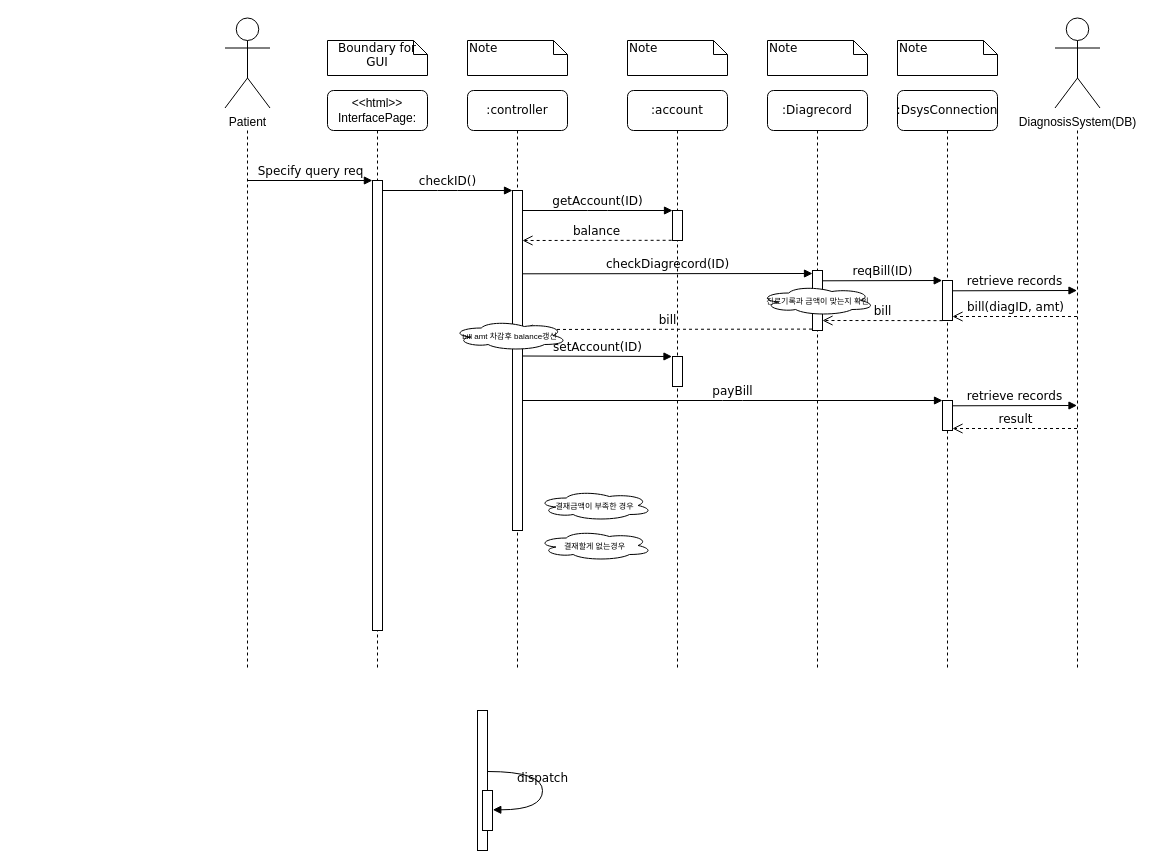
Above: patient/UC5_sequence_diag.drawio in yhb1834/Smart-Health-Prediction-System (draw.io), before the change. Source tidied: cells renumbered, new cells numbered last; positions are measured from the earlier drawing's top-left corner, leaving out a move shared by most shapes. Both pictures are drawn from the tidied source at 100%, with x=0, y=0 at pixel (197, 18).
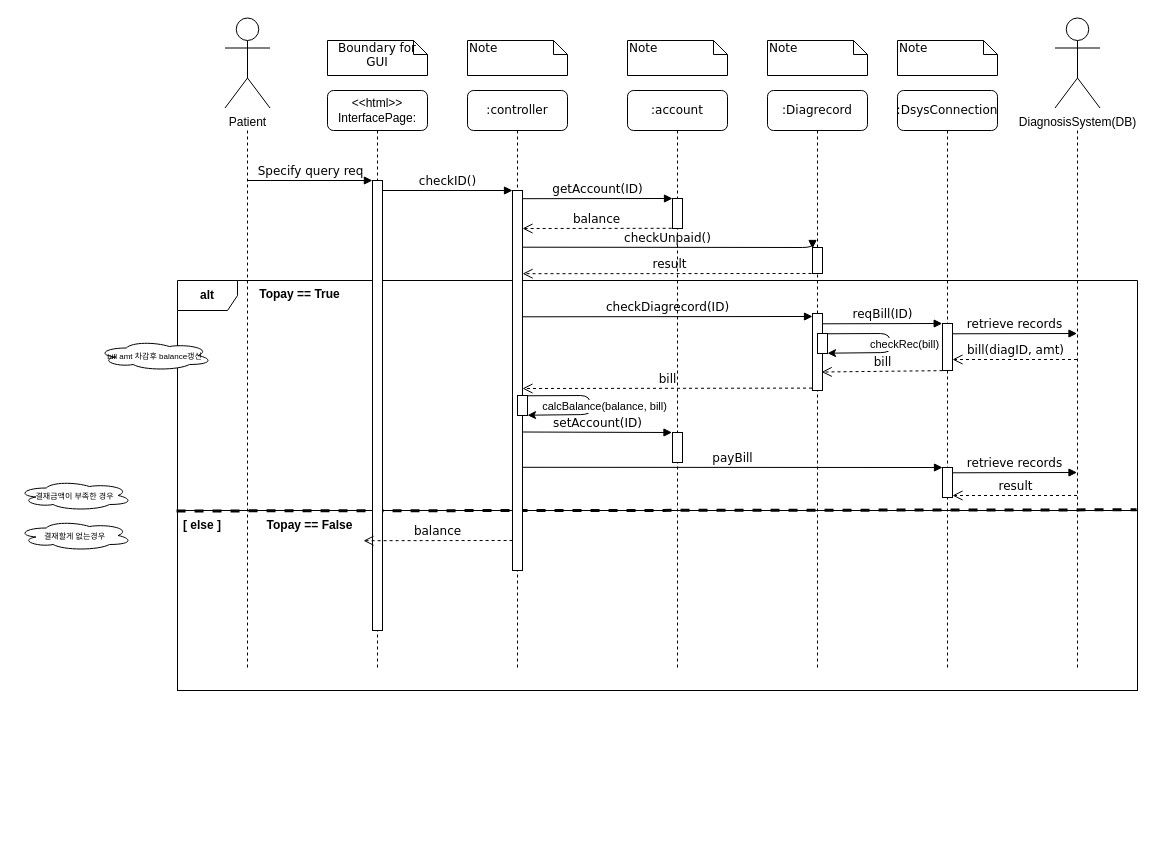
Above is the later version.

The change refers to these unchanged cells:
```xml
<mxCell id="2" value=":controller" style="shape=umlLifeline;perimeter=lifelinePerimeter;whiteSpace=wrap;html=1;rounded=1;shadow=0;comic=0;labelBackgroundColor=none;strokeWidth=1;fontFamily=Verdana;fontSize=12;align=center;" parent="1" vertex="1">
  <mxGeometry x="270" y="72" width="100" height="580" as="geometry" />
</mxCell>
<mxCell id="4" value=":account" style="shape=umlLifeline;perimeter=lifelinePerimeter;whiteSpace=wrap;html=1;rounded=1;shadow=0;comic=0;labelBackgroundColor=none;strokeWidth=1;fontFamily=Verdana;fontSize=12;align=center;" parent="1" vertex="1">
  <mxGeometry x="430" y="72" width="100" height="580" as="geometry" />
</mxCell>
<mxCell id="6" value=":Diagrecord" style="shape=umlLifeline;perimeter=lifelinePerimeter;whiteSpace=wrap;html=1;rounded=1;shadow=0;comic=0;labelBackgroundColor=none;strokeWidth=1;fontFamily=Verdana;fontSize=12;align=center;" parent="1" vertex="1">
  <mxGeometry x="570" y="72" width="100" height="580" as="geometry" />
</mxCell>
<mxCell id="7" value=":DsysConnection" style="shape=umlLifeline;perimeter=lifelinePerimeter;whiteSpace=wrap;html=1;rounded=1;shadow=0;comic=0;labelBackgroundColor=none;strokeWidth=1;fontFamily=Verdana;fontSize=12;align=center;" parent="1" vertex="1">
  <mxGeometry x="700" y="72" width="100" height="580" as="geometry" />
</mxCell>
<mxCell id="24" style="shape=umlLifeline;perimeter=lifelinePerimeter;whiteSpace=wrap;html=1;outlineConnect=0;rounded=1;shadow=0;comic=0;labelBackgroundColor=none;strokeWidth=1;fontFamily=Verdana;fontSize=12;align=center;size=0;" parent="1" vertex="1">
  <mxGeometry x="830" y="112" width="100" height="540" as="geometry" />
</mxCell>
```

The edit, as a diff of the source:
```diff
@@
+    <mxCell id="44" style="group;" parent="1" vertex="1">
+      <mxGeometry x="-20" y="262" width="960" height="230" as="geometry" />
+    </mxCell>
+    <mxCell id="45" value="&lt;b&gt;alt&lt;/b&gt;" style="shape=umlFrame;whiteSpace=wrap;html=1;" parent="44" vertex="1">
+      <mxGeometry width="960" height="230" as="geometry" />
+    </mxCell>
+    <mxCell id="46" style="endArrow=none;dashed=1;html=1;strokeWidth=3;entryX=0.999;entryY=0.997;entryDx=0;entryDy=0;entryPerimeter=0;exitX=-0.001;exitY=1.002;exitDx=0;exitDy=0;exitPerimeter=0;" parent="44" edge="1" source="45" target="45">
+      <mxGeometry relative="1" as="geometry" />
+    </mxCell>
+    <mxCell id="47" value="Topay == True" style="text;html=1;strokeColor=none;fillColor=none;align=center;verticalAlign=middle;whiteSpace=wrap;rounded=0;fontStyle=1;" parent="44" vertex="1">
+      <mxGeometry x="80" y="4" width="85" height="20" as="geometry" />
+    </mxCell>
+    <mxCell id="48" style="rounded=0;whiteSpace=wrap;html=1;fillColor=none;" parent="1" vertex="1">
+      <mxGeometry x="-20" y="492" width="960" height="180" as="geometry" />
+    </mxCell>
@@
     <mxCell id="3" style="html=1;points=[];perimeter=orthogonalPerimeter;rounded=0;shadow=0;comic=0;labelBackgroundColor=none;strokeWidth=1;fontFamily=Verdana;fontSize=12;align=center;" parent="2" vertex="1">
-      <mxGeometry x="45" y="100" width="10" height="340" as="geometry" />
+      <mxGeometry x="45" y="100" width="10" height="380" as="geometry" />
     </mxCell>
@@
     <mxCell id="5" style="html=1;points=[];perimeter=orthogonalPerimeter;rounded=0;shadow=0;comic=0;labelBackgroundColor=none;strokeWidth=1;fontFamily=Verdana;fontSize=12;align=center;" parent="4" vertex="1">
-      <mxGeometry x="45" y="120" width="10" height="30" as="geometry" />
+      <mxGeometry x="45" y="108" width="10" height="30" as="geometry" />
     </mxCell>
@@
+    <mxCell id="49" style="html=1;perimeter=orthogonalPerimeter;rounded=0;shadow=0;comic=0;labelBackgroundColor=none;strokeWidth=1;fontFamily=Verdana;fontSize=12;align=center;" parent="6" vertex="1">
+      <mxGeometry x="45" y="157" width="10" height="26" as="geometry" />
+    </mxCell>
@@
     <mxCell id="8" style="html=1;perimeter=orthogonalPerimeter;rounded=0;shadow=0;comic=0;labelBackgroundColor=none;strokeColor=#000000;strokeWidth=1;fillColor=#FFFFFF;fontFamily=Verdana;fontSize=12;fontColor=#000000;align=center;" parent="7" vertex="1">
-      <mxGeometry x="45" y="310" width="10" height="30" as="geometry" />
+      <mxGeometry x="45" y="377" width="10" height="30" as="geometry" />
     </mxCell>
@@
     <mxCell id="11" style="html=1;points=[];perimeter=orthogonalPerimeter;rounded=0;shadow=0;comic=0;labelBackgroundColor=none;strokeWidth=1;fontFamily=Verdana;fontSize=12;align=center;" parent="1" vertex="1">
-      <mxGeometry x="615" y="252" width="10" height="60" as="geometry" />
+      <mxGeometry x="615" y="295" width="10" height="77" as="geometry" />
     </mxCell>
-    <mxCell id="12" style="html=1;perimeter=orthogonalPerimeter;rounded=0;shadow=0;comic=0;labelBackgroundColor=none;strokeWidth=1;fontFamily=Verdana;fontSize=12;align=center;" parent="1" vertex="1">
-      <mxGeometry x="280" y="692" width="10" height="140" as="geometry" />
-    </mxCell>
@@
-    <mxCell id="14" value="getAccount(ID)" style="html=1;verticalAlign=bottom;endArrow=block;entryX=0;entryY=0;labelBackgroundColor=none;fontFamily=Verdana;fontSize=12;edgeStyle=elbowEdgeStyle;elbow=vertical;" parent="1" edge="1" source="3" target="5">
-      <mxGeometry relative="1" as="geometry" />
+    <mxCell id="14" value="getAccount(ID)" style="html=1;verticalAlign=bottom;endArrow=block;entryX=0;entryY=0;labelBackgroundColor=none;fontFamily=Verdana;fontSize=12;edgeStyle=elbowEdgeStyle;elbow=vertical;" parent="1" edge="1" target="5">
+      <mxGeometry relative="1" as="geometry">
+        <mxPoint x="325" y="180.2" as="sourcePoint" />
+      </mxGeometry>
     </mxCell>
-    <mxCell id="15" style="html=1;perimeter=orthogonalPerimeter;rounded=0;shadow=0;comic=0;labelBackgroundColor=none;strokeWidth=1;fontFamily=Verdana;fontSize=12;align=center;" parent="1" vertex="1">
-      <mxGeometry x="285" y="772" width="10" height="40" as="geometry" />
-    </mxCell>
-    <mxCell id="16" value="dispatch" style="html=1;verticalAlign=bottom;endArrow=block;labelBackgroundColor=none;fontFamily=Verdana;fontSize=12;elbow=vertical;edgeStyle=orthogonalEdgeStyle;curved=1;entryX=1;entryY=0.286;entryPerimeter=0;exitX=1.038;exitY=0.345;exitPerimeter=0;" parent="1" edge="1">
-      <mxGeometry relative="1" as="geometry">
-        <mxPoint x="290.3" y="753" as="sourcePoint" />
-        <mxPoint x="295.3" y="791.3" as="targetPoint" />
-        <Array as="points">
-          <mxPoint x="345" y="753" />
-          <mxPoint x="345" y="791" />
-        </Array>
-      </mxGeometry>
-    </mxCell>
@@
     <mxCell id="27" value="balance" style="html=1;verticalAlign=bottom;endArrow=open;dashed=1;endSize=8;labelBackgroundColor=none;fontFamily=Verdana;fontSize=12;edgeStyle=elbowEdgeStyle;elbow=vertical;exitX=-0.087;exitY=0.993;exitDx=0;exitDy=0;exitPerimeter=0;" parent="1" edge="1" source="5">
       <mxGeometry relative="1" as="geometry">
-        <mxPoint x="325" y="222" as="targetPoint" />
+        <mxPoint x="325" y="210" as="targetPoint" />
         <Array as="points">
-          <mxPoint x="429" y="222" />
-          <mxPoint x="404" y="222" />
-          <mxPoint x="434" y="222" />
+          <mxPoint x="429" y="210" />
+          <mxPoint x="404" y="210" />
+          <mxPoint x="434" y="210" />
         </Array>
       </mxGeometry>
     </mxCell>
-    <mxCell id="28" value="setAccount(ID)" style="html=1;verticalAlign=bottom;endArrow=block;entryX=-0.051;entryY=-0.006;labelBackgroundColor=none;fontFamily=Verdana;fontSize=12;edgeStyle=elbowEdgeStyle;elbow=vertical;entryDx=0;entryDy=0;entryPerimeter=0;" parent="1" edge="1" target="29">
+    <mxCell id="28" value="setAccount(ID)" style="html=1;verticalAlign=bottom;endArrow=block;entryX=-0.051;entryY=-0.006;labelBackgroundColor=none;fontFamily=Verdana;fontSize=12;edgeStyle=elbowEdgeStyle;elbow=vertical;entryDx=0;entryDy=0;entryPerimeter=0;" parent="1" edge="1">
       <mxGeometry relative="1" as="geometry">
-        <mxPoint x="325" y="337.5" as="sourcePoint" />
+        <mxPoint x="325" y="413.5" as="sourcePoint" />
+        <mxPoint x="474.5" y="413.8" as="targetPoint" />
       </mxGeometry>
     </mxCell>
     <mxCell id="29" style="html=1;points=[];perimeter=orthogonalPerimeter;rounded=0;shadow=0;comic=0;labelBackgroundColor=none;strokeWidth=1;fontFamily=Verdana;fontSize=12;align=center;" parent="1" vertex="1">
-      <mxGeometry x="475" y="338" width="10" height="30" as="geometry" />
+      <mxGeometry x="475" y="414" width="10" height="30" as="geometry" />
     </mxCell>
     <mxCell id="30" value="checkDiagrecord(ID)" style="html=1;verticalAlign=bottom;endArrow=block;labelBackgroundColor=none;fontFamily=Verdana;fontSize=12;edgeStyle=elbowEdgeStyle;elbow=vertical;exitX=1.1;exitY=0.611;exitDx=0;exitDy=0;exitPerimeter=0;" parent="1" edge="1">
       <mxGeometry relative="1" as="geometry">
-        <mxPoint x="325" y="255.3" as="sourcePoint" />
-        <mxPoint x="615" y="255" as="targetPoint" />
+        <mxPoint x="325" y="298.3" as="sourcePoint" />
+        <mxPoint x="615" y="298" as="targetPoint" />
         <Array as="points">
-          <mxPoint x="515" y="255" />
+          <mxPoint x="515" y="298" />
         </Array>
       </mxGeometry>
     </mxCell>
     <mxCell id="31" style="html=1;points=[];perimeter=orthogonalPerimeter;rounded=0;shadow=0;comic=0;labelBackgroundColor=none;strokeColor=#000000;strokeWidth=1;fillColor=#FFFFFF;fontFamily=Verdana;fontSize=12;fontColor=#000000;align=center;" parent="1" vertex="1">
-      <mxGeometry x="745" y="262" width="10" height="40" as="geometry" />
+      <mxGeometry x="745" y="305" width="10" height="47" as="geometry" />
     </mxCell>
     <mxCell id="32" value="reqBill(ID)" style="html=1;verticalAlign=bottom;endArrow=block;labelBackgroundColor=none;fontFamily=Verdana;fontSize=12;edgeStyle=elbowEdgeStyle;elbow=vertical;exitX=1.1;exitY=0.611;exitDx=0;exitDy=0;exitPerimeter=0;entryX=-0.035;entryY=0.088;entryDx=0;entryDy=0;entryPerimeter=0;" parent="1" edge="1">
       <mxGeometry relative="1" as="geometry">
-        <mxPoint x="625" y="262.3" as="sourcePoint" />
-        <mxPoint x="744.7" y="261.6" as="targetPoint" />
+        <mxPoint x="625" y="305.3" as="sourcePoint" />
+        <mxPoint x="744.7" y="304.6" as="targetPoint" />
         <Array as="points">
-          <mxPoint x="815" y="262" />
+          <mxPoint x="815" y="305" />
         </Array>
       </mxGeometry>
     </mxCell>
     <mxCell id="33" value="bill(diagID, amt)" style="html=1;verticalAlign=bottom;endArrow=open;dashed=1;endSize=8;labelBackgroundColor=none;fontFamily=Verdana;fontSize=12;" parent="1" edge="1">
       <mxGeometry relative="1" as="geometry">
-        <mxPoint x="879.5" y="298" as="sourcePoint" />
-        <mxPoint x="755" y="298" as="targetPoint" />
+        <mxPoint x="879.5" y="341" as="sourcePoint" />
+        <mxPoint x="755" y="341" as="targetPoint" />
       </mxGeometry>
     </mxCell>
-    <mxCell id="34" value="retrieve records" style="html=1;verticalAlign=bottom;endArrow=block;labelBackgroundColor=none;fontFamily=Verdana;fontSize=12;edgeStyle=elbowEdgeStyle;elbow=vertical;exitX=1.1;exitY=0.611;exitDx=0;exitDy=0;exitPerimeter=0;" parent="1" edge="1" target="24">
+    <mxCell id="34" value="retrieve records" style="html=1;verticalAlign=bottom;endArrow=block;labelBackgroundColor=none;fontFamily=Verdana;fontSize=12;edgeStyle=elbowEdgeStyle;elbow=vertical;exitX=1.1;exitY=0.611;exitDx=0;exitDy=0;exitPerimeter=0;" parent="1" edge="1">
       <mxGeometry relative="1" as="geometry">
-        <mxPoint x="755" y="272.3" as="sourcePoint" />
+        <mxPoint x="755" y="315.3" as="sourcePoint" />
+        <mxPoint x="879.5" y="315" as="targetPoint" />
         <Array as="points">
-          <mxPoint x="945" y="272" />
+          <mxPoint x="945" y="315" />
         </Array>
       </mxGeometry>
     </mxCell>
-    <mxCell id="35" value="payBill" style="html=1;verticalAlign=bottom;endArrow=block;labelBackgroundColor=none;fontFamily=Verdana;fontSize=12;edgeStyle=elbowEdgeStyle;elbow=vertical;" parent="1" edge="1" source="3">
+    <mxCell id="35" value="payBill" style="html=1;verticalAlign=bottom;endArrow=block;labelBackgroundColor=none;fontFamily=Verdana;fontSize=12;edgeStyle=elbowEdgeStyle;elbow=vertical;" parent="1" edge="1">
       <mxGeometry relative="1" as="geometry">
-        <mxPoint x="745" y="382" as="targetPoint" />
+        <mxPoint x="325" y="448.8" as="sourcePoint" />
+        <mxPoint x="745" y="449" as="targetPoint" />
       </mxGeometry>
     </mxCell>
-    <mxCell id="36" value="bill" style="html=1;verticalAlign=bottom;endArrow=open;dashed=1;endSize=8;labelBackgroundColor=none;fontFamily=Verdana;fontSize=12;exitX=-0.001;exitY=1.003;exitDx=0;exitDy=0;exitPerimeter=0;" parent="1" edge="1" source="31">
-      <mxGeometry relative="1" as="geometry">
-        <mxPoint x="625" y="302" as="targetPoint" />
-      </mxGeometry>
+    <mxCell id="36" value="bill" style="html=1;verticalAlign=bottom;endArrow=open;dashed=1;endSize=8;labelBackgroundColor=none;fontFamily=Verdana;fontSize=12;exitX=-0.001;exitY=1.003;exitDx=0;exitDy=0;exitPerimeter=0;entryX=0.917;entryY=0.76;entryDx=0;entryDy=0;entryPerimeter=0;" parent="1" edge="1" source="31" target="11">
+      <mxGeometry relative="1" as="geometry" />
     </mxCell>
     <mxCell id="37" value="bill" style="html=1;verticalAlign=bottom;endArrow=open;dashed=1;endSize=8;labelBackgroundColor=none;fontFamily=Verdana;fontSize=12;exitX=-0.049;exitY=0.29;exitDx=0;exitDy=0;exitPerimeter=0;" parent="1" edge="1">
       <mxGeometry relative="1" as="geometry">
-        <mxPoint x="614.5" y="310.6" as="sourcePoint" />
-        <mxPoint x="325" y="311" as="targetPoint" />
+        <mxPoint x="614.5" y="369.6" as="sourcePoint" />
+        <mxPoint x="325" y="370" as="targetPoint" />
       </mxGeometry>
     </mxCell>
-    <mxCell id="38" value="&lt;font style=&quot;font-size: 8px&quot;&gt;진료기록과 금액이 맞는지 확인&lt;/font&gt;" style="ellipse;shape=cloud;whiteSpace=wrap;html=1;" parent="1" vertex="1">
-      <mxGeometry x="562.5" y="267" width="115" height="30" as="geometry" />
-    </mxCell>
     <mxCell id="39" value="&lt;span style=&quot;font-size: 8px&quot;&gt;bill amt 차감후 balance갱신&lt;br&gt;&lt;/span&gt;" style="ellipse;shape=cloud;whiteSpace=wrap;html=1;" parent="1" vertex="1">
-      <mxGeometry x="255" y="302" width="115" height="30" as="geometry" />
+      <mxGeometry x="-100" y="322" width="115" height="30" as="geometry" />
     </mxCell>
     <mxCell id="40" value="&lt;span style=&quot;font-size: 8px&quot;&gt;결재할게 없는경우&lt;br&gt;&lt;/span&gt;" style="ellipse;shape=cloud;whiteSpace=wrap;html=1;" parent="1" vertex="1">
-      <mxGeometry x="340" y="512" width="115" height="30" as="geometry" />
+      <mxGeometry x="-180" y="502" width="115" height="30" as="geometry" />
     </mxCell>
     <mxCell id="41" value="&lt;span style=&quot;font-size: 8px&quot;&gt;결재금액이 부족한 경우&lt;br&gt;&lt;/span&gt;" style="ellipse;shape=cloud;whiteSpace=wrap;html=1;" parent="1" vertex="1">
-      <mxGeometry x="340" y="472" width="115" height="30" as="geometry" />
+      <mxGeometry x="-180" y="462" width="115" height="30" as="geometry" />
     </mxCell>
     <mxCell id="42" value="retrieve records" style="html=1;verticalAlign=bottom;endArrow=block;labelBackgroundColor=none;fontFamily=Verdana;fontSize=12;edgeStyle=elbowEdgeStyle;elbow=vertical;exitX=1.1;exitY=0.611;exitDx=0;exitDy=0;exitPerimeter=0;" parent="1" edge="1">
       <mxGeometry relative="1" as="geometry">
-        <mxPoint x="755" y="387.3" as="sourcePoint" />
-        <mxPoint x="879.5" y="387" as="targetPoint" />
+        <mxPoint x="755" y="454.3" as="sourcePoint" />
+        <mxPoint x="879.5" y="454" as="targetPoint" />
         <Array as="points">
-          <mxPoint x="945" y="387" />
+          <mxPoint x="945" y="454" />
         </Array>
       </mxGeometry>
     </mxCell>
     <mxCell id="43" value="result" style="html=1;verticalAlign=bottom;endArrow=open;dashed=1;endSize=8;labelBackgroundColor=none;fontFamily=Verdana;fontSize=12;" parent="1" edge="1">
       <mxGeometry relative="1" as="geometry">
-        <mxPoint x="879.5" y="410" as="sourcePoint" />
-        <mxPoint x="755" y="410" as="targetPoint" />
+        <mxPoint x="879.5" y="477" as="sourcePoint" />
+        <mxPoint x="755" y="477" as="targetPoint" />
       </mxGeometry>
     </mxCell>
+    <mxCell id="50" style="html=1;points=[];perimeter=orthogonalPerimeter;rounded=0;shadow=0;comic=0;labelBackgroundColor=none;strokeWidth=1;fontFamily=Verdana;fontSize=12;align=center;" parent="1" vertex="1">
+      <mxGeometry x="320" y="377" width="10" height="20" as="geometry" />
+    </mxCell>
+    <mxCell id="51" style="endArrow=classic;html=1;exitX=0.985;exitY=0.014;exitDx=0;exitDy=0;exitPerimeter=0;entryX=1.004;entryY=0.985;entryDx=0;entryDy=0;entryPerimeter=0;" parent="1" edge="1" source="50" target="50">
+      <mxGeometry relative="1" as="geometry">
+        <Array as="points">
+          <mxPoint x="393" y="377" />
+          <mxPoint x="393" y="396" />
+        </Array>
+      </mxGeometry>
+    </mxCell>
+    <mxCell id="52" value="calcBalance(balance, bill)" style="edgeLabel;html=1;align=center;verticalAlign=middle;" parent="51" vertex="1">
+      <mxGeometry x="-0.77" y="-1" relative="1" as="geometry">
+        <mxPoint x="60" y="9" as="offset" />
+      </mxGeometry>
+    </mxCell>
+    <mxCell id="53" style="html=1;points=[];perimeter=orthogonalPerimeter;rounded=0;shadow=0;comic=0;labelBackgroundColor=none;strokeWidth=1;fontFamily=Verdana;fontSize=12;align=center;" parent="1" vertex="1">
+      <mxGeometry x="620" y="315" width="10" height="20" as="geometry" />
+    </mxCell>
+    <mxCell id="54" style="endArrow=classic;html=1;exitX=0.985;exitY=0.014;exitDx=0;exitDy=0;exitPerimeter=0;entryX=1.004;entryY=0.985;entryDx=0;entryDy=0;entryPerimeter=0;" parent="1" edge="1" source="53" target="53">
+      <mxGeometry relative="1" as="geometry">
+        <Array as="points">
+          <mxPoint x="693" y="315" />
+          <mxPoint x="693" y="334" />
+        </Array>
+      </mxGeometry>
+    </mxCell>
+    <mxCell id="55" value="checkRec(bill)" style="edgeLabel;html=1;align=center;verticalAlign=middle;" parent="54" vertex="1">
+      <mxGeometry x="-0.77" y="-1" relative="1" as="geometry">
+        <mxPoint x="60" y="9" as="offset" />
+      </mxGeometry>
+    </mxCell>
+    <mxCell id="56" value="checkUnpaid()" style="html=1;verticalAlign=bottom;endArrow=block;labelBackgroundColor=none;fontFamily=Verdana;fontSize=12;edgeStyle=elbowEdgeStyle;elbow=vertical;exitX=0.964;exitY=0.205;exitDx=0;exitDy=0;exitPerimeter=0;" parent="1" edge="1">
+      <mxGeometry relative="1" as="geometry">
+        <mxPoint x="324.6" y="228.7" as="sourcePoint" />
+        <mxPoint x="615" y="230" as="targetPoint" />
+      </mxGeometry>
+    </mxCell>
+    <mxCell id="57" value="result" style="html=1;verticalAlign=bottom;endArrow=open;dashed=1;endSize=8;labelBackgroundColor=none;fontFamily=Verdana;fontSize=12;edgeStyle=elbowEdgeStyle;elbow=vertical;exitX=-0.087;exitY=0.993;exitDx=0;exitDy=0;exitPerimeter=0;" parent="1" edge="1">
+      <mxGeometry relative="1" as="geometry">
+        <mxPoint x="620" y="255" as="sourcePoint" />
+        <mxPoint x="325.1" y="255.2" as="targetPoint" />
+        <Array as="points">
+          <mxPoint x="574.9" y="255.2" />
+          <mxPoint x="549.9" y="255.2" />
+          <mxPoint x="579.9" y="255.2" />
+        </Array>
+      </mxGeometry>
+    </mxCell>
+    <mxCell id="58" value="&lt;b&gt;[ else ]&lt;/b&gt;" style="text;html=1;strokeColor=none;fillColor=none;align=center;verticalAlign=middle;whiteSpace=wrap;rounded=0;" parent="1" vertex="1">
+      <mxGeometry x="-20" y="492" width="50" height="30" as="geometry" />
+    </mxCell>
+    <mxCell id="59" value="Topay == False" style="text;html=1;strokeColor=none;fillColor=none;align=center;verticalAlign=middle;whiteSpace=wrap;rounded=0;fontStyle=1;" parent="1" vertex="1">
+      <mxGeometry x="60" y="497" width="105" height="20" as="geometry" />
+    </mxCell>
+    <mxCell id="60" value="balance" style="html=1;verticalAlign=bottom;endArrow=open;dashed=1;endSize=8;labelBackgroundColor=none;fontFamily=Verdana;fontSize=12;edgeStyle=elbowEdgeStyle;elbow=vertical;exitX=-0.087;exitY=0.993;exitDx=0;exitDy=0;exitPerimeter=0;" parent="1" edge="1">
+      <mxGeometry relative="1" as="geometry">
+        <mxPoint x="315.1" y="522" as="sourcePoint" />
+        <mxPoint x="166" y="522.2" as="targetPoint" />
+        <Array as="points">
+          <mxPoint x="270" y="522.2" />
+          <mxPoint x="245" y="522.2" />
+          <mxPoint x="275" y="522.2" />
+        </Array>
+      </mxGeometry>
+    </mxCell>
```
